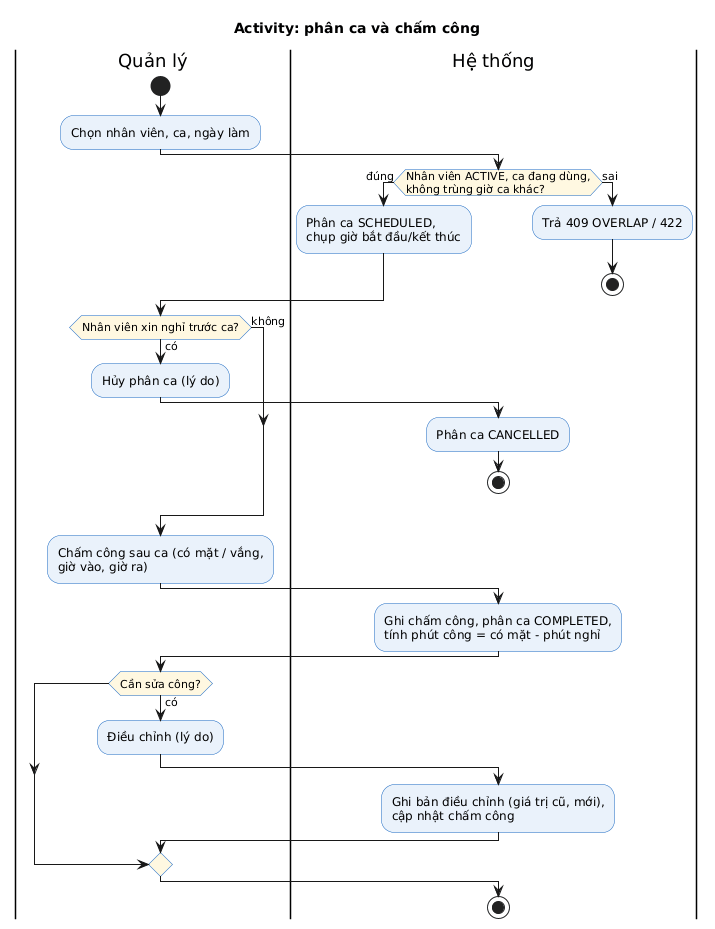
Earlier version of the PlantUML export docs/bao-cao-ltnc/uml/act-cham-cong.png (Anpham120/restaurant-management-system).
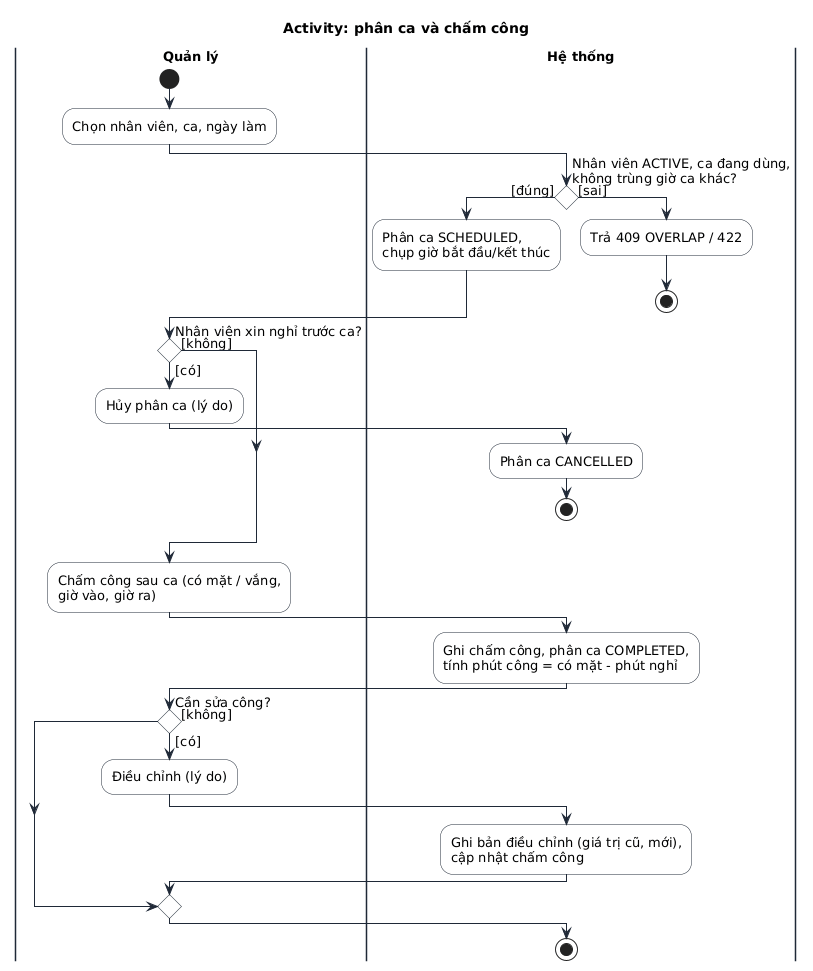
The same file after the commit.

Diff of the diagram source:
```diff
@@ -1,33 +1,36 @@
 @startuml
 !include _style.iuml
+skinparam conditionStyle diamond
+skinparam conditionEndStyle diamond
 title Activity: phân ca và chấm công
 |Quản lý|
 start
 :Chọn nhân viên, ca, ngày làm;
 |Hệ thống|
-if (Nhân viên ACTIVE, ca đang dùng,\nkhông trùng giờ ca khác?) then (đúng)
+if (Nhân viên ACTIVE, ca đang dùng,\nkhông trùng giờ ca khác?) then ([đúng])
   :Phân ca SCHEDULED,\nchụp giờ bắt đầu/kết thúc;
-else (sai)
+else ([sai])
   :Trả 409 OVERLAP / 422;
   stop
 endif
 |Quản lý|
-if (Nhân viên xin nghỉ trước ca?) then (có)
+if (Nhân viên xin nghỉ trước ca?) then ([có])
   :Hủy phân ca (lý do);
   |Hệ thống|
   :Phân ca CANCELLED;
   stop
-else (không)
+else ([không])
 endif
 |Quản lý|
 :Chấm công sau ca (có mặt / vắng,\ngiờ vào, giờ ra);
 |Hệ thống|
 :Ghi chấm công, phân ca COMPLETED,\ntính phút công = có mặt - phút nghỉ;
 |Quản lý|
-if (Cần sửa công?) then (có)
+if (Cần sửa công?) then ([có])
   :Điều chỉnh (lý do);
   |Hệ thống|
   :Ghi bản điều chỉnh (giá trị cũ, mới),\ncập nhật chấm công;
+else ([không])
 endif
 stop
 @enduml
```
